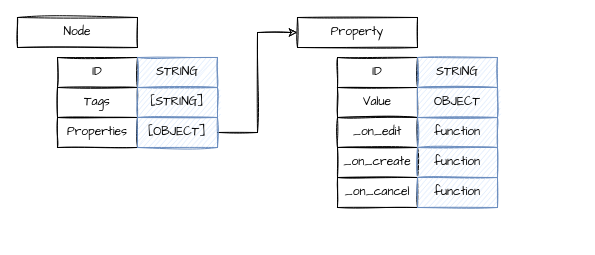
Before: empire/Untitled Diagram.drawio in empire-ai/EmpireNode, a draw.io diagram. Source tidied: cells renumbered, new cells numbered last; positions are measured from the earlier drawing's top-left corner, leaving out a move shared by most shapes. Both pictures are drawn from the tidied source at 100%, with x=0, y=0 at pixel (17, 17).
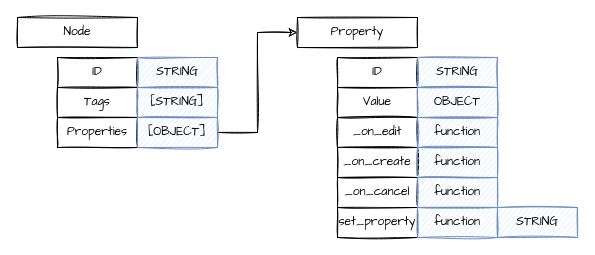
Above is the later version.

What changed in the source:
```diff
@@
+    <mxCell id="21" value="set_property" style="rounded=0;whiteSpace=wrap;html=1;sketch=1;fontFamily=Architects Daughter;" parent="1" vertex="1">
+      <mxGeometry x="320" y="190" width="80" height="30" as="geometry" />
+    </mxCell>
+    <mxCell id="22" value="function" style="rounded=0;whiteSpace=wrap;html=1;sketch=1;fontFamily=Architects Daughter;fillColor=#dae8fc;strokeColor=#6c8ebf;" parent="1" vertex="1">
+      <mxGeometry x="400" y="190" width="80" height="30" as="geometry" />
+    </mxCell>
+    <mxCell id="23" value="STRING" style="rounded=0;whiteSpace=wrap;html=1;sketch=1;fontFamily=Architects Daughter;fillColor=#dae8fc;strokeColor=#6c8ebf;" parent="1" vertex="1">
+      <mxGeometry x="480" y="190" width="80" height="30" as="geometry" />
+    </mxCell>
```
